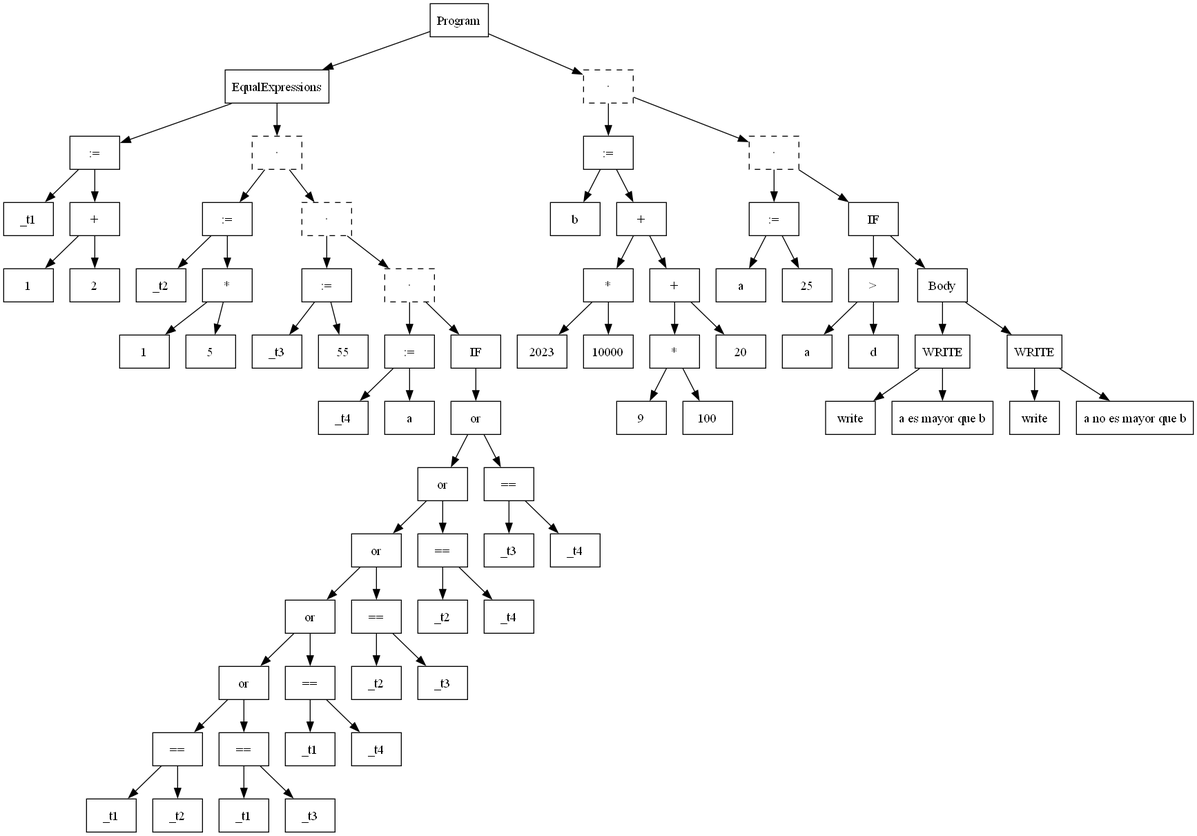
Before: intermediate-code.png, a diagram exported from Graphviz (Ailenpadilla/my-compiler). Its source is kept beside it as intermediate-code.dot.
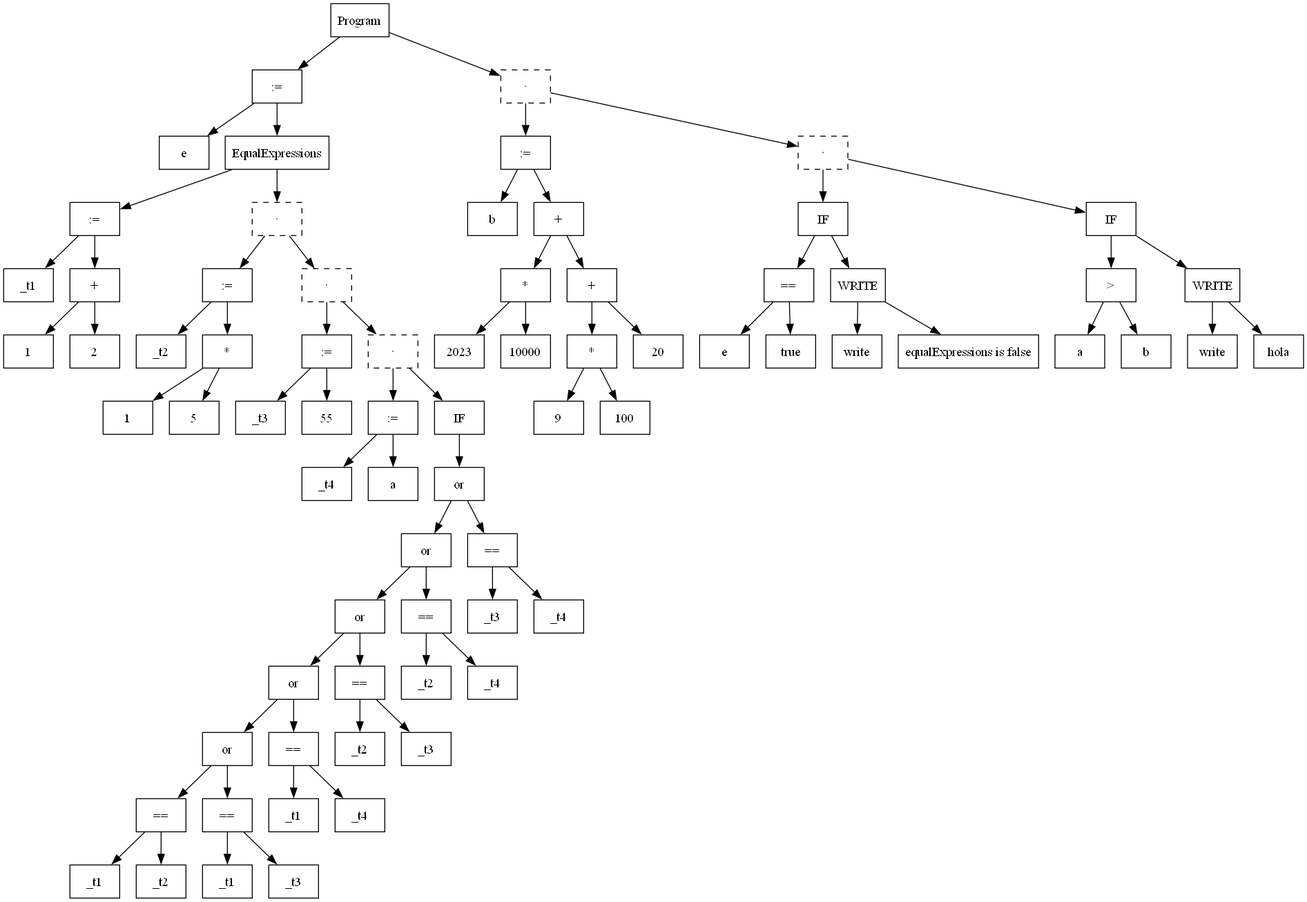
After the change.

Change to the diagram source:
```diff
@@ -2,48 +2,48 @@
   node [shape=box];
   n1 [label="Program"];
   n1 -> n2;
-  n2 [label="EqualExpressions"];
+  n2 [label=":="];
+  n3 [label="e"];
   n2 -> n3;
-  n3 [label=":="];
-  n4 [label="_t1"];
-  n3 -> n4;
-  n3 -> n5;
-  n5 [label="+"];
+  n2 -> n4;
+  n4 [label="EqualExpressions"];
+  n4 -> n5;
+  n5 [label=":="];
+  n6 [label="_t1"];
   n5 -> n6;
-  n6 [label="1"];
   n5 -> n7;
-  n7 [label="2"];
-  n8 [label="·", style="dashed"];
-  n8 -> n9;
-  n9 [label=":="];
-  n10 [label="_t2"];
-  n9 -> n10;
-  n9 -> n11;
-  n11 [label="*"];
+  n7 [label="+"];
+  n7 -> n8;
+  n8 [label="1"];
+  n7 -> n9;
+  n9 [label="2"];
+  n10 [label="·", style="dashed"];
+  n10 -> n11;
+  n11 [label=":="];
+  n12 [label="_t2"];
   n11 -> n12;
-  n12 [label="1"];
   n11 -> n13;
-  n13 [label="5"];
-  n14 [label="·", style="dashed"];
-  n14 -> n15;
-  n15 [label=":="];
-  n16 [label="_t3"];
-  n15 -> n16;
-  n15 -> n17;
-  n17 [label="55"];
-  n18 [label="·", style="dashed"];
-  n18 -> n19;
-  n19 [label=":="];
-  n20 [label="_t4"];
-  n19 -> n20;
-  n19 -> n21;
-  n21 [label="a"];
-  n18 -> n22;
-  n22 [label="IF"];
-  n22 -> n23;
-  n23 [label="or"];
-  n23 -> n24;
-  n24 [label="or"];
+  n13 [label="*"];
+  n13 -> n14;
+  n14 [label="1"];
+  n13 -> n15;
+  n15 [label="5"];
+  n16 [label="·", style="dashed"];
+  n16 -> n17;
+  n17 [label=":="];
+  n18 [label="_t3"];
+  n17 -> n18;
+  n17 -> n19;
+  n19 [label="55"];
+  n20 [label="·", style="dashed"];
+  n20 -> n21;
+  n21 [label=":="];
+  n22 [label="_t4"];
+  n21 -> n22;
+  n21 -> n23;
+  n23 [label="a"];
+  n20 -> n24;
+  n24 [label="IF"];
   n24 -> n25;
   n25 [label="or"];
   n25 -> n26;
@@ -51,96 +51,100 @@
   n26 -> n27;
   n27 [label="or"];
   n27 -> n28;
-  n28 [label="=="];
-  n29 [label="_t1"];
+  n28 [label="or"];
   n28 -> n29;
-  n30 [label="_t2"];
-  n28 -> n30;
-  n27 -> n31;
-  n31 [label="=="];
-  n32 [label="_t1"];
-  n31 -> n32;
-  n33 [label="_t3"];
-  n31 -> n33;
-  n26 -> n34;
-  n34 [label="=="];
-  n35 [label="_t1"];
-  n34 -> n35;
-  n36 [label="_t4"];
-  n34 -> n36;
-  n25 -> n37;
-  n37 [label="=="];
-  n38 [label="_t2"];
-  n37 -> n38;
-  n39 [label="_t3"];
-  n37 -> n39;
-  n24 -> n40;
-  n40 [label="=="];
-  n41 [label="_t2"];
-  n40 -> n41;
-  n42 [label="_t4"];
-  n40 -> n42;
-  n23 -> n43;
-  n43 [label="=="];
-  n44 [label="_t3"];
-  n43 -> n44;
-  n45 [label="_t4"];
-  n43 -> n45;
-  n14 -> n18;
-  n8 -> n14;
-  n2 -> n8;
-  n46 [label="·", style="dashed"];
-  n46 -> n47;
-  n47 [label=":="];
-  n48 [label="b"];
-  n47 -> n48;
-  n47 -> n49;
-  n49 [label="+"];
+  n29 [label="or"];
+  n29 -> n30;
+  n30 [label="=="];
+  n31 [label="_t1"];
+  n30 -> n31;
+  n32 [label="_t2"];
+  n30 -> n32;
+  n29 -> n33;
+  n33 [label="=="];
+  n34 [label="_t1"];
+  n33 -> n34;
+  n35 [label="_t3"];
+  n33 -> n35;
+  n28 -> n36;
+  n36 [label="=="];
+  n37 [label="_t1"];
+  n36 -> n37;
+  n38 [label="_t4"];
+  n36 -> n38;
+  n27 -> n39;
+  n39 [label="=="];
+  n40 [label="_t2"];
+  n39 -> n40;
+  n41 [label="_t3"];
+  n39 -> n41;
+  n26 -> n42;
+  n42 [label="=="];
+  n43 [label="_t2"];
+  n42 -> n43;
+  n44 [label="_t4"];
+  n42 -> n44;
+  n25 -> n45;
+  n45 [label="=="];
+  n46 [label="_t3"];
+  n45 -> n46;
+  n47 [label="_t4"];
+  n45 -> n47;
+  n16 -> n20;
+  n10 -> n16;
+  n4 -> n10;
+  n48 [label="·", style="dashed"];
+  n48 -> n49;
+  n49 [label=":="];
+  n50 [label="b"];
   n49 -> n50;
-  n50 [label="*"];
-  n50 -> n51;
-  n51 [label="2023"];
-  n50 -> n52;
-  n52 [label="10000"];
-  n49 -> n53;
-  n53 [label="+"];
-  n53 -> n54;
-  n54 [label="*"];
-  n54 -> n55;
-  n55 [label="9"];
-  n54 -> n56;
-  n56 [label="100"];
-  n53 -> n57;
-  n57 [label="20"];
-  n58 [label="·", style="dashed"];
-  n58 -> n59;
-  n59 [label=":="];
-  n60 [label="a"];
-  n59 -> n60;
-  n59 -> n61;
-  n61 [label="25"];
-  n58 -> n62;
-  n62 [label="IF"];
+  n49 -> n51;
+  n51 [label="+"];
+  n51 -> n52;
+  n52 [label="*"];
+  n52 -> n53;
+  n53 [label="2023"];
+  n52 -> n54;
+  n54 [label="10000"];
+  n51 -> n55;
+  n55 [label="+"];
+  n55 -> n56;
+  n56 [label="*"];
+  n56 -> n57;
+  n57 [label="9"];
+  n56 -> n58;
+  n58 [label="100"];
+  n55 -> n59;
+  n59 [label="20"];
+  n60 [label="·", style="dashed"];
+  n60 -> n61;
+  n61 [label="IF"];
+  n61 -> n62;
+  n62 [label="=="];
   n62 -> n63;
-  n63 [label=">"];
-  n63 -> n64;
-  n64 [label="a"];
-  n63 -> n65;
-  n65 [label="d"];
-  n62 -> n66;
-  n66 [label="Body"];
-  n66 -> n67;
-  n67 [label="WRITE"];
-  n68 [label="write"];
-  n67 -> n68;
-  n69 [label="a es mayor que b"];
-  n67 -> n69;
-  n66 -> n70;
-  n70 [label="WRITE"];
-  n71 [label="write"];
-  n70 -> n71;
-  n72 [label="a no es mayor que b"];
-  n70 -> n72;
-  n46 -> n58;
-  n1 -> n46;
+  n63 [label="e"];
+  n62 -> n64;
+  n64 [label="true"];
+  n61 -> n65;
+  n65 [label="WRITE"];
+  n66 [label="write"];
+  n65 -> n66;
+  n67 [label="equalExpressions is false"];
+  n65 -> n67;
+  n60 -> n68;
+  n68 [label="IF"];
+  n68 -> n69;
+  n69 [label=">"];
+  n69 -> n70;
+  n70 [label="a"];
+  n69 -> n71;
+  n71 [label="b"];
+  n68 -> n72;
+  n72 [label="WRITE"];
+  n73 [label="write"];
+  n72 -> n73;
+  n74 [label="hola"];
+  n72 -> n74;
+  n48 -> n60;
+  n1 -> n48;
 }
```
